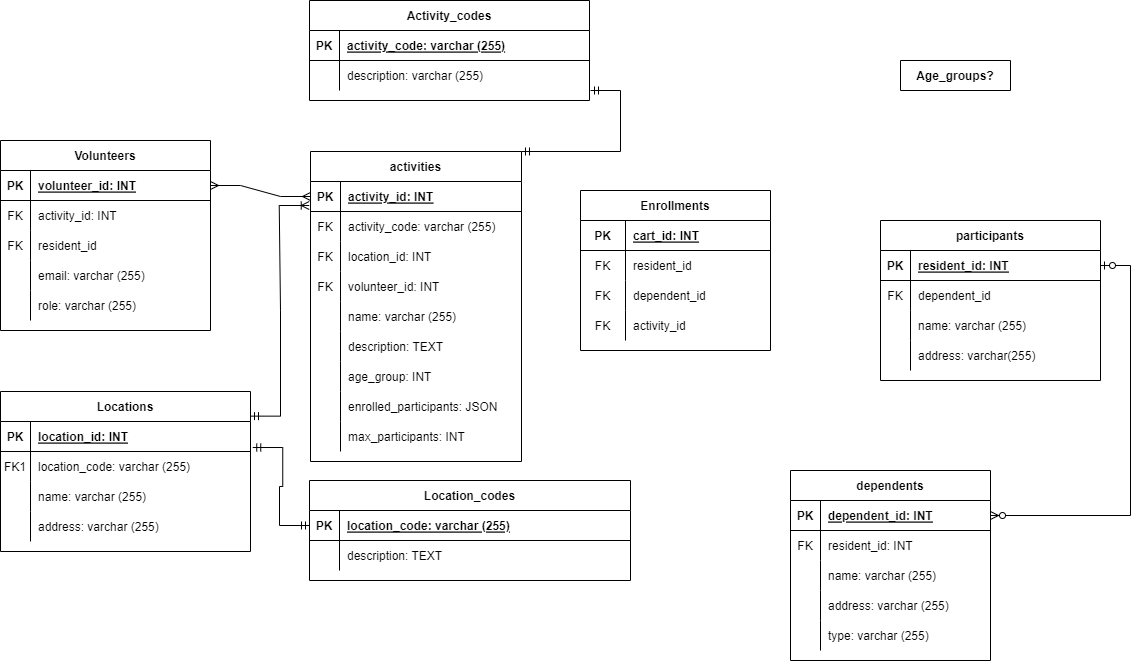
This is 340.drawio.png from arse0039/340_db, a draw.io export, as it was before one commit. Source tidied: cells renumbered, new cells last; positions are measured from the earlier drawing's top-left corner, leaving out a move shared by most shapes.
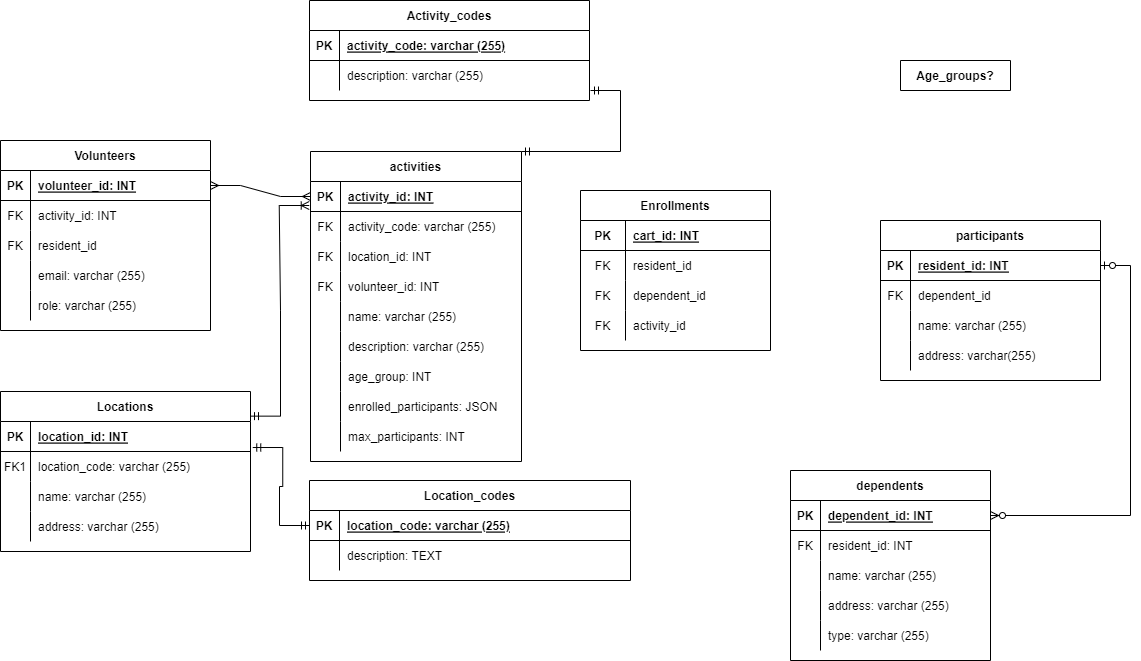
Above is the later version.

The edit, as a diff of the source:
```diff
@@ -224,7 +224,7 @@
     <mxCell id="75" style="shape=partialRectangle;fillColor=none;top=0;left=0;bottom=0;right=0;overflow=hidden;" parent="74" vertex="1">
       <mxGeometry width="30" height="30" as="geometry" />
     </mxCell>
-    <mxCell id="76" value="description: TEXT" style="shape=partialRectangle;fillColor=none;top=0;left=0;bottom=0;right=0;align=left;spacingLeft=6;overflow=hidden;" parent="74" vertex="1">
+    <mxCell id="76" value="description: varchar (255)" style="shape=partialRectangle;fillColor=none;top=0;left=0;bottom=0;right=0;align=left;spacingLeft=6;overflow=hidden;" parent="74" vertex="1">
       <mxGeometry x="30" width="181" height="30" as="geometry" />
     </mxCell>
     <mxCell id="77" style="shape=tableRow;horizontal=0;startSize=0;swimlaneHead=0;swimlaneBody=0;fillColor=none;top=0;left=0;right=0;bottom=0;" parent="58" vertex="1">
```
